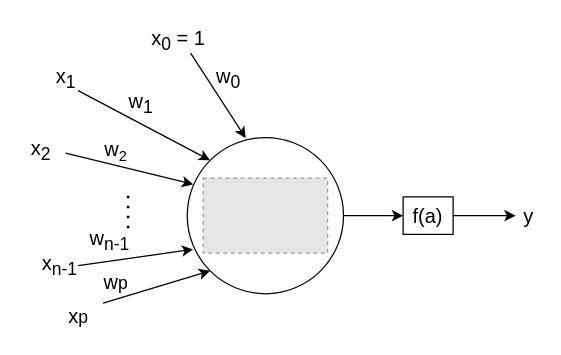
AleksasVaitulevicius/masters_latex keeps this draw.io diagram as img/perceptron.drawio. Above is the earlier version. Source tidied: cells renumbered, new cells numbered last; positions are measured from the earlier drawing's top-left corner, leaving out a move shared by most shapes. Both pictures are drawn from the tidied source at 125%, with x=0, y=0 at pixel (21, 21). Pictures stored in the file or linked from it are replaced by grey dashed boxes.
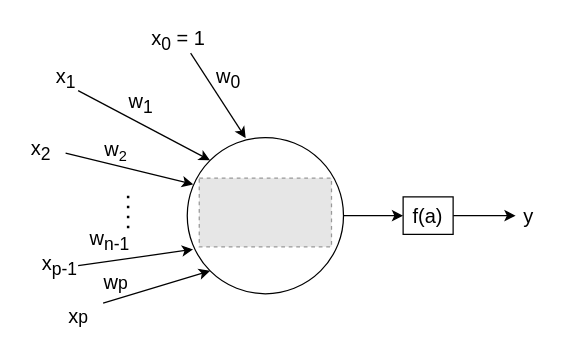
The same diagram, later.

The edit, as a diff of the source:
```diff
@@
-    <mxCell id="4" style="fillColor=#E6E6E6;strokeColor=#999999;dashed=1;verticalLabelPosition=bottom;labelBackgroundColor=#ffffff;verticalAlign=top;fontSize=16;" parent="1" vertex="1">
-      <mxGeometry x="145" y="125" width="99.6" height="60" as="geometry" />
-    </mxCell>
@@
-    <mxCell id="22" value="x&lt;sub&gt;&lt;font style=&quot;font-size: 14px&quot;&gt;n-1&lt;/font&gt;&lt;/sub&gt;" style="text;html=1;align=center;verticalAlign=middle;fontSize=16;" parent="1" vertex="1">
+    <mxCell id="22" value="x&lt;sub&gt;&lt;font style=&quot;font-size: 14px&quot;&gt;p-1&lt;/font&gt;&lt;/sub&gt;" style="text;html=1;align=center;verticalAlign=middle;fontSize=16;" parent="1" vertex="1">
       <mxGeometry x="10" y="180" width="40" height="30" as="geometry" />
     </mxCell>
@@
+    <mxCell id="24" style="fillColor=#E6E6E6;strokeColor=#999999;dashed=1;verticalLabelPosition=bottom;labelBackgroundColor=#ffffff;verticalAlign=top;" parent="1" vertex="1">
+      <mxGeometry x="141.9" y="125" width="105.8" height="55" as="geometry" />
+    </mxCell>
```
